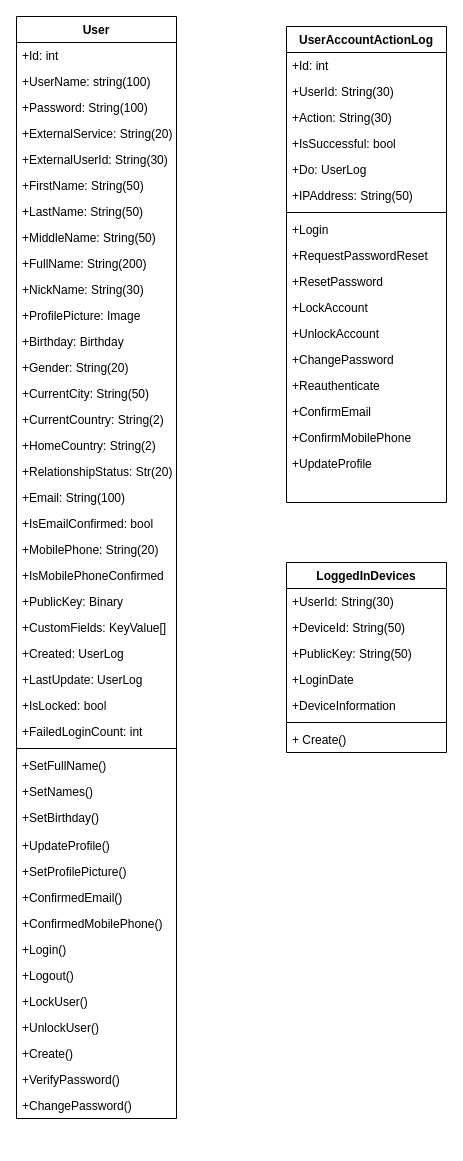
Before: Identity.drawio in hkdotneteam/hkdotnet.Framework, a draw.io diagram. Source tidied: cells renumbered, new cells numbered last; positions are measured from the earlier drawing's top-left corner, leaving out a move shared by most shapes. Both pictures are drawn from the tidied source at 100%, with x=0, y=0 at pixel (16, 16).
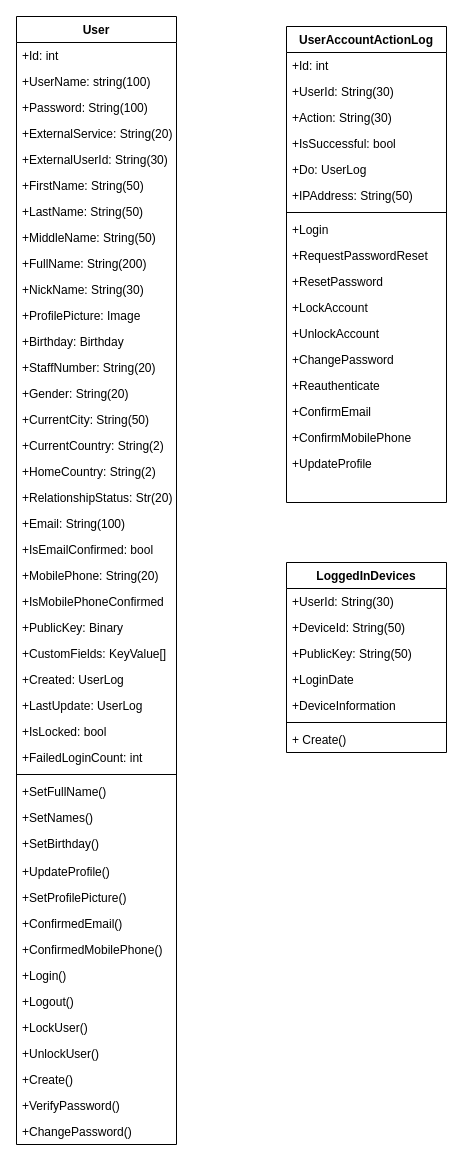
The same page after the edit.

Diff of the diagram source:
```diff
@@
     <mxCell id="2" value="User" style="swimlane;fontStyle=1;align=center;verticalAlign=top;horizontal=1;startSize=26;" parent="1" vertex="1">
-      <mxGeometry width="160" height="1102" as="geometry" />
+      <mxGeometry width="160" height="1128" as="geometry" />
     </mxCell>
@@
+    <mxCell id="72" value="+StaffNumber: String(20)" style="text;strokeColor=none;fillColor=none;align=left;verticalAlign=top;spacingLeft=4;spacingRight=4;overflow=hidden;" parent="2" vertex="1">
+      <mxGeometry y="338" width="160" height="26" as="geometry" />
+    </mxCell>
     <mxCell id="15" value="+Gender: String(20)" style="text;strokeColor=none;fillColor=none;align=left;verticalAlign=top;spacingLeft=4;spacingRight=4;overflow=hidden;" parent="2" vertex="1">
-      <mxGeometry y="338" width="160" height="26" as="geometry" />
+      <mxGeometry y="364" width="160" height="26" as="geometry" />
     </mxCell>
     <mxCell id="16" value="+CurrentCity: String(50)" style="text;strokeColor=none;fillColor=none;align=left;verticalAlign=top;spacingLeft=4;spacingRight=4;overflow=hidden;" parent="2" vertex="1">
-      <mxGeometry y="364" width="160" height="26" as="geometry" />
+      <mxGeometry y="390" width="160" height="26" as="geometry" />
     </mxCell>
     <mxCell id="17" value="+CurrentCountry: String(2)" style="text;strokeColor=none;fillColor=none;align=left;verticalAlign=top;spacingLeft=4;spacingRight=4;overflow=hidden;" parent="2" vertex="1">
-      <mxGeometry y="390" width="160" height="26" as="geometry" />
+      <mxGeometry y="416" width="160" height="26" as="geometry" />
     </mxCell>
     <mxCell id="18" value="+HomeCountry: String(2)" style="text;strokeColor=none;fillColor=none;align=left;verticalAlign=top;spacingLeft=4;spacingRight=4;overflow=hidden;" parent="2" vertex="1">
-      <mxGeometry y="416" width="160" height="26" as="geometry" />
+      <mxGeometry y="442" width="160" height="26" as="geometry" />
     </mxCell>
     <mxCell id="19" value="+RelationshipStatus: Str(20)" style="text;strokeColor=none;fillColor=none;align=left;verticalAlign=top;spacingLeft=4;spacingRight=4;overflow=hidden;" parent="2" vertex="1">
-      <mxGeometry y="442" width="160" height="26" as="geometry" />
+      <mxGeometry y="468" width="160" height="26" as="geometry" />
     </mxCell>
     <mxCell id="20" value="+Email: String(100)" style="text;strokeColor=none;fillColor=none;align=left;verticalAlign=top;spacingLeft=4;spacingRight=4;overflow=hidden;" parent="2" vertex="1">
-      <mxGeometry y="468" width="160" height="26" as="geometry" />
+      <mxGeometry y="494" width="160" height="26" as="geometry" />
     </mxCell>
     <mxCell id="21" value="+IsEmailConfirmed: bool" style="text;strokeColor=none;fillColor=none;align=left;verticalAlign=top;spacingLeft=4;spacingRight=4;overflow=hidden;" parent="2" vertex="1">
-      <mxGeometry y="494" width="160" height="26" as="geometry" />
+      <mxGeometry y="520" width="160" height="26" as="geometry" />
     </mxCell>
     <mxCell id="22" value="+MobilePhone: String(20)" style="text;strokeColor=none;fillColor=none;align=left;verticalAlign=top;spacingLeft=4;spacingRight=4;overflow=hidden;" parent="2" vertex="1">
-      <mxGeometry y="520" width="160" height="26" as="geometry" />
+      <mxGeometry y="546" width="160" height="26" as="geometry" />
     </mxCell>
     <mxCell id="23" value="+IsMobilePhoneConfirmed" style="text;strokeColor=none;fillColor=none;align=left;verticalAlign=top;spacingLeft=4;spacingRight=4;overflow=hidden;" parent="2" vertex="1">
-      <mxGeometry y="546" width="160" height="26" as="geometry" />
+      <mxGeometry y="572" width="160" height="26" as="geometry" />
     </mxCell>
     <mxCell id="24" value="+PublicKey: Binary" style="text;strokeColor=none;fillColor=none;align=left;verticalAlign=top;spacingLeft=4;spacingRight=4;overflow=hidden;" parent="2" vertex="1">
-      <mxGeometry y="572" width="160" height="26" as="geometry" />
+      <mxGeometry y="598" width="160" height="26" as="geometry" />
     </mxCell>
     <mxCell id="25" value="+CustomFields: KeyValue[]" style="text;strokeColor=none;fillColor=none;align=left;verticalAlign=top;spacingLeft=4;spacingRight=4;overflow=hidden;" parent="2" vertex="1">
-      <mxGeometry y="598" width="160" height="26" as="geometry" />
+      <mxGeometry y="624" width="160" height="26" as="geometry" />
     </mxCell>
     <mxCell id="26" value="+Created: UserLog" style="text;strokeColor=none;fillColor=none;align=left;verticalAlign=top;spacingLeft=4;spacingRight=4;overflow=hidden;" parent="2" vertex="1">
-      <mxGeometry y="624" width="160" height="26" as="geometry" />
+      <mxGeometry y="650" width="160" height="26" as="geometry" />
     </mxCell>
     <mxCell id="27" value="+LastUpdate: UserLog" style="text;strokeColor=none;fillColor=none;align=left;verticalAlign=top;spacingLeft=4;spacingRight=4;overflow=hidden;" parent="2" vertex="1">
-      <mxGeometry y="650" width="160" height="26" as="geometry" />
+      <mxGeometry y="676" width="160" height="26" as="geometry" />
     </mxCell>
     <mxCell id="28" value="+IsLocked: bool" style="text;strokeColor=none;fillColor=none;align=left;verticalAlign=top;spacingLeft=4;spacingRight=4;overflow=hidden;" parent="2" vertex="1">
-      <mxGeometry y="676" width="160" height="26" as="geometry" />
+      <mxGeometry y="702" width="160" height="26" as="geometry" />
     </mxCell>
     <mxCell id="29" value="+FailedLoginCount: int" style="text;strokeColor=none;fillColor=none;align=left;verticalAlign=top;spacingLeft=4;spacingRight=4;overflow=hidden;" parent="2" vertex="1">
-      <mxGeometry y="702" width="160" height="26" as="geometry" />
+      <mxGeometry y="728" width="160" height="26" as="geometry" />
     </mxCell>
     <mxCell id="30" style="line;strokeWidth=1;fillColor=none;align=left;verticalAlign=middle;spacingTop=-1;spacingLeft=3;spacingRight=3;labelPosition=right;" parent="2" vertex="1">
-      <mxGeometry y="728" width="160" height="8" as="geometry" />
+      <mxGeometry y="754" width="160" height="8" as="geometry" />
     </mxCell>
     <mxCell id="31" value="+SetFullName()" style="text;strokeColor=none;fillColor=none;align=left;verticalAlign=top;spacingLeft=4;spacingRight=4;overflow=hidden;" parent="2" vertex="1">
-      <mxGeometry y="736" width="160" height="26" as="geometry" />
+      <mxGeometry y="762" width="160" height="26" as="geometry" />
     </mxCell>
     <mxCell id="32" value="+SetNames()" style="text;strokeColor=none;fillColor=none;align=left;verticalAlign=top;spacingLeft=4;spacingRight=4;overflow=hidden;" parent="2" vertex="1">
-      <mxGeometry y="762" width="160" height="26" as="geometry" />
+      <mxGeometry y="788" width="160" height="26" as="geometry" />
     </mxCell>
     <mxCell id="33" value="+SetBirthday()" style="text;strokeColor=none;fillColor=none;align=left;verticalAlign=top;spacingLeft=4;spacingRight=4;overflow=hidden;" parent="2" vertex="1">
-      <mxGeometry y="788" width="160" height="28" as="geometry" />
+      <mxGeometry y="814" width="160" height="28" as="geometry" />
     </mxCell>
     <mxCell id="34" value="+UpdateProfile()" style="text;strokeColor=none;fillColor=none;align=left;verticalAlign=top;spacingLeft=4;spacingRight=4;overflow=hidden;" parent="2" vertex="1">
-      <mxGeometry y="816" width="160" height="26" as="geometry" />
+      <mxGeometry y="842" width="160" height="26" as="geometry" />
     </mxCell>
     <mxCell id="35" value="+SetProfilePicture()" style="text;strokeColor=none;fillColor=none;align=left;verticalAlign=top;spacingLeft=4;spacingRight=4;overflow=hidden;" parent="2" vertex="1">
-      <mxGeometry y="842" width="160" height="26" as="geometry" />
+      <mxGeometry y="868" width="160" height="26" as="geometry" />
     </mxCell>
     <mxCell id="36" value="+ConfirmedEmail()" style="text;strokeColor=none;fillColor=none;align=left;verticalAlign=top;spacingLeft=4;spacingRight=4;overflow=hidden;" parent="2" vertex="1">
-      <mxGeometry y="868" width="160" height="26" as="geometry" />
+      <mxGeometry y="894" width="160" height="26" as="geometry" />
     </mxCell>
     <mxCell id="37" value="+ConfirmedMobilePhone()" style="text;strokeColor=none;fillColor=none;align=left;verticalAlign=top;spacingLeft=4;spacingRight=4;overflow=hidden;" parent="2" vertex="1">
-      <mxGeometry y="894" width="160" height="26" as="geometry" />
+      <mxGeometry y="920" width="160" height="26" as="geometry" />
     </mxCell>
     <mxCell id="38" value="+Login()" style="text;strokeColor=none;fillColor=none;align=left;verticalAlign=top;spacingLeft=4;spacingRight=4;overflow=hidden;" parent="2" vertex="1">
-      <mxGeometry y="920" width="160" height="26" as="geometry" />
+      <mxGeometry y="946" width="160" height="26" as="geometry" />
     </mxCell>
     <mxCell id="39" value="+Logout()" style="text;strokeColor=none;fillColor=none;align=left;verticalAlign=top;spacingLeft=4;spacingRight=4;overflow=hidden;" parent="2" vertex="1">
-      <mxGeometry y="946" width="160" height="26" as="geometry" />
+      <mxGeometry y="972" width="160" height="26" as="geometry" />
     </mxCell>
     <mxCell id="40" value="+LockUser()" style="text;strokeColor=none;fillColor=none;align=left;verticalAlign=top;spacingLeft=4;spacingRight=4;overflow=hidden;" parent="2" vertex="1">
-      <mxGeometry y="972" width="160" height="26" as="geometry" />
+      <mxGeometry y="998" width="160" height="26" as="geometry" />
     </mxCell>
     <mxCell id="41" value="+UnlockUser()" style="text;strokeColor=none;fillColor=none;align=left;verticalAlign=top;spacingLeft=4;spacingRight=4;overflow=hidden;" parent="2" vertex="1">
-      <mxGeometry y="998" width="160" height="26" as="geometry" />
+      <mxGeometry y="1024" width="160" height="26" as="geometry" />
     </mxCell>
     <mxCell id="42" value="+Create()" style="text;strokeColor=none;fillColor=none;align=left;verticalAlign=top;spacingLeft=4;spacingRight=4;overflow=hidden;" parent="2" vertex="1">
-      <mxGeometry y="1024" width="160" height="26" as="geometry" />
+      <mxGeometry y="1050" width="160" height="26" as="geometry" />
     </mxCell>
     <mxCell id="43" value="+VerifyPassword()" style="text;strokeColor=none;fillColor=none;align=left;verticalAlign=top;spacingLeft=4;spacingRight=4;overflow=hidden;" parent="2" vertex="1">
-      <mxGeometry y="1050" width="160" height="26" as="geometry" />
+      <mxGeometry y="1076" width="160" height="26" as="geometry" />
     </mxCell>
     <mxCell id="44" value="+ChangePassword()" style="text;strokeColor=none;fillColor=none;align=left;verticalAlign=top;spacingLeft=4;spacingRight=4;overflow=hidden;" parent="2" vertex="1">
-      <mxGeometry y="1076" width="160" height="26" as="geometry" />
+      <mxGeometry y="1102" width="160" height="26" as="geometry" />
     </mxCell>
```
